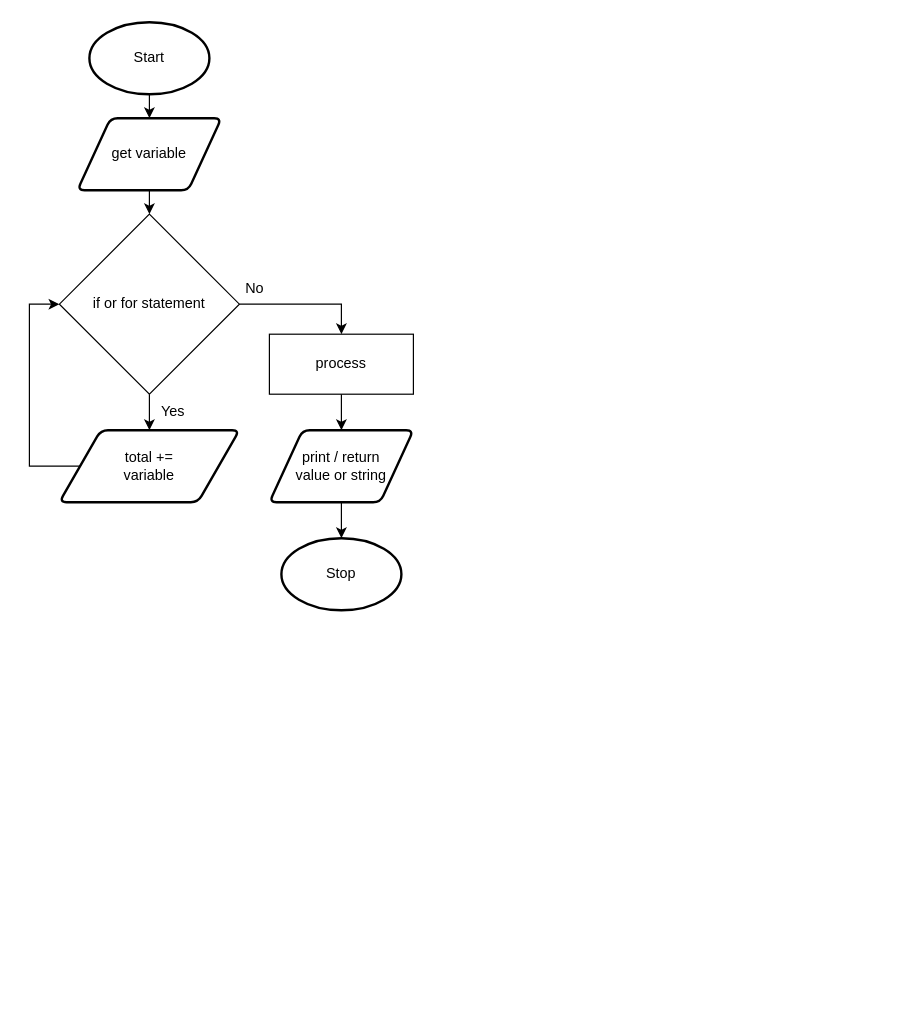
Above: drawio/flowchart.drawio in Aidan-Lalonde-Novales/ics4u-assignment-1-typescript (draw.io), before the change. Source tidied: cells renumbered, new cells numbered last; positions are measured from the earlier drawing's top-left corner, leaving out a move shared by most shapes. Both pictures are drawn from the tidied source at 120%, with x=0, y=0 at pixel (29, 22).
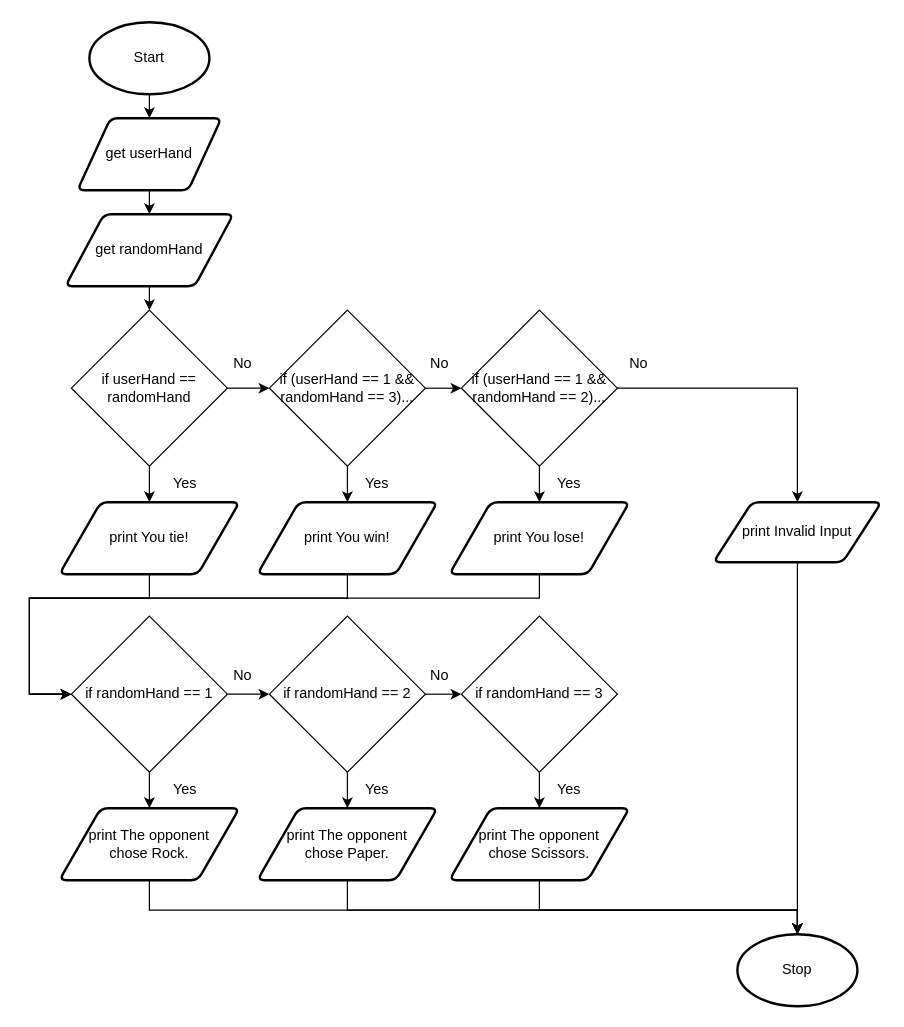
The same diagram, later.

What changed in the source:
```diff
@@
-    <mxCell id="4" style="edgeStyle=none;html=1;exitX=0.5;exitY=1;exitDx=0;exitDy=0;entryX=0.5;entryY=0;entryDx=0;entryDy=0;" parent="1" edge="1" source="5" target="9">
-      <mxGeometry relative="1" as="geometry" />
-    </mxCell>
+    <mxCell id="18" style="edgeStyle=none;html=1;exitX=0.5;exitY=1;exitDx=0;exitDy=0;entryX=0.5;entryY=0;entryDx=0;entryDy=0;" parent="1" edge="1" source="5" target="20">
+      <mxGeometry relative="1" as="geometry" />
+    </mxCell>
-    <mxCell id="5" value="get variable" style="shape=parallelogram;html=1;strokeWidth=2;perimeter=parallelogramPerimeter;whiteSpace=wrap;rounded=1;arcSize=12;size=0.23;" parent="1" vertex="1">
+    <mxCell id="5" value="get userHand" style="shape=parallelogram;html=1;strokeWidth=2;perimeter=parallelogramPerimeter;whiteSpace=wrap;rounded=1;arcSize=12;size=0.23;" parent="1" vertex="1">
       <mxGeometry x="40" y="80" width="120" height="60" as="geometry" />
     </mxCell>
     <mxCell id="6" value="Stop" style="strokeWidth=2;html=1;shape=mxgraph.flowchart.start_1;whiteSpace=wrap;" parent="1" vertex="1">
-      <mxGeometry x="210" y="430" width="100" height="60" as="geometry" />
+      <mxGeometry x="590" y="760" width="100" height="60" as="geometry" />
     </mxCell>
-    <mxCell id="7" style="edgeStyle=none;html=1;exitX=1;exitY=0.5;exitDx=0;exitDy=0;entryX=0.5;entryY=0;entryDx=0;entryDy=0;rounded=0;" parent="1" edge="1" source="9" target="13">
-      <mxGeometry relative="1" as="geometry">
-        <Array as="points">
-          <mxPoint x="260" y="235" />
-        </Array>
-      </mxGeometry>
-    </mxCell>
-    <mxCell id="8" style="edgeStyle=none;html=1;exitX=0.5;exitY=1;exitDx=0;exitDy=0;entryX=0.5;entryY=0;entryDx=0;entryDy=0;" parent="1" edge="1" source="9" target="17">
-      <mxGeometry relative="1" as="geometry" />
-    </mxCell>
-    <mxCell id="9" value="if or for statement" style="rhombus;whiteSpace=wrap;html=1;" parent="1" vertex="1">
-      <mxGeometry x="25" y="160" width="150" height="150" as="geometry" />
-    </mxCell>
-    <mxCell id="10" value="Yes" style="text;html=1;strokeColor=none;fillColor=none;align=center;verticalAlign=middle;whiteSpace=wrap;rounded=0;" parent="1" vertex="1">
-      <mxGeometry x="100" y="310" width="40" height="30" as="geometry" />
-    </mxCell>
     <mxCell id="11" value="No" style="text;html=1;strokeColor=none;fillColor=none;align=center;verticalAlign=middle;whiteSpace=wrap;rounded=0;" parent="1" vertex="1">
-      <mxGeometry x="170" y="207" width="36" height="30" as="geometry" />
+      <mxGeometry x="160" y="270" width="36" height="30" as="geometry" />
     </mxCell>
-    <mxCell id="12" style="edgeStyle=none;html=1;exitX=0.5;exitY=1;exitDx=0;exitDy=0;entryX=0.5;entryY=0;entryDx=0;entryDy=0;" parent="1" edge="1" source="13" target="15">
-      <mxGeometry relative="1" as="geometry" />
-    </mxCell>
-    <mxCell id="13" value="process" style="rounded=0;whiteSpace=wrap;html=1;" parent="1" vertex="1">
-      <mxGeometry x="200" y="260" width="120" height="50" as="geometry" />
-    </mxCell>
-    <mxCell id="14" style="edgeStyle=none;html=1;exitX=0.5;exitY=1;exitDx=0;exitDy=0;entryX=0.5;entryY=0;entryDx=0;entryDy=0;entryPerimeter=0;" parent="1" edge="1" source="15" target="6">
-      <mxGeometry relative="1" as="geometry" />
-    </mxCell>
-    <mxCell id="15" value="print / return &lt;br&gt;value or string" style="shape=parallelogram;html=1;strokeWidth=2;perimeter=parallelogramPerimeter;whiteSpace=wrap;rounded=1;arcSize=12;size=0.23;" parent="1" vertex="1">
-      <mxGeometry x="200" y="340" width="120" height="60" as="geometry" />
-    </mxCell>
-    <mxCell id="16" style="edgeStyle=none;rounded=0;html=1;exitX=0;exitY=0.5;exitDx=0;exitDy=0;entryX=0;entryY=0.5;entryDx=0;entryDy=0;" parent="1" edge="1" source="17" target="9">
-      <mxGeometry relative="1" as="geometry">
-        <Array as="points">
-          <mxPoint y="370" />
-          <mxPoint y="235" />
-        </Array>
-      </mxGeometry>
-    </mxCell>
-    <mxCell id="17" value="total += &lt;br&gt;variable" style="shape=parallelogram;html=1;strokeWidth=2;perimeter=parallelogramPerimeter;whiteSpace=wrap;rounded=1;arcSize=12;size=0.23;" parent="1" vertex="1">
-      <mxGeometry x="25" y="340" width="150" height="60" as="geometry" />
-    </mxCell>
+    <mxCell id="19" style="edgeStyle=none;html=1;exitX=0.5;exitY=1;exitDx=0;exitDy=0;entryX=0.5;entryY=0;entryDx=0;entryDy=0;" parent="1" edge="1" source="20" target="23">
+      <mxGeometry relative="1" as="geometry" />
+    </mxCell>
+    <mxCell id="20" value="get randomHand" style="shape=parallelogram;html=1;strokeWidth=2;perimeter=parallelogramPerimeter;whiteSpace=wrap;rounded=1;arcSize=12;size=0.23;" parent="1" vertex="1">
+      <mxGeometry x="30" y="160" width="140" height="60" as="geometry" />
+    </mxCell>
+    <mxCell id="21" style="edgeStyle=none;html=1;exitX=1;exitY=0.5;exitDx=0;exitDy=0;entryX=0;entryY=0.5;entryDx=0;entryDy=0;" parent="1" edge="1" source="23" target="26">
+      <mxGeometry relative="1" as="geometry" />
+    </mxCell>
+    <mxCell id="22" style="edgeStyle=none;html=1;exitX=0.5;exitY=1;exitDx=0;exitDy=0;entryX=0.5;entryY=0;entryDx=0;entryDy=0;" parent="1" edge="1" source="23" target="28">
+      <mxGeometry relative="1" as="geometry" />
+    </mxCell>
+    <mxCell id="23" value="if userHand == randomHand" style="rhombus;whiteSpace=wrap;html=1;" parent="1" vertex="1">
+      <mxGeometry x="35" y="240" width="130" height="130" as="geometry" />
+    </mxCell>
+    <mxCell id="24" style="edgeStyle=none;html=1;exitX=1;exitY=0.5;exitDx=0;exitDy=0;entryX=0;entryY=0.5;entryDx=0;entryDy=0;" parent="1" edge="1" source="26" target="36">
+      <mxGeometry relative="1" as="geometry" />
+    </mxCell>
+    <mxCell id="25" style="edgeStyle=none;html=1;exitX=0.5;exitY=1;exitDx=0;exitDy=0;entryX=0.5;entryY=0;entryDx=0;entryDy=0;" parent="1" edge="1" source="26" target="40">
+      <mxGeometry relative="1" as="geometry" />
+    </mxCell>
+    <mxCell id="26" value="if (userHand == 1 &amp;amp;&amp;amp; randomHand == 3)..." style="rhombus;whiteSpace=wrap;html=1;" parent="1" vertex="1">
+      <mxGeometry x="200" y="240" width="130" height="130" as="geometry" />
+    </mxCell>
+    <mxCell id="27" style="edgeStyle=none;rounded=0;html=1;exitX=0.5;exitY=1;exitDx=0;exitDy=0;entryX=0;entryY=0.5;entryDx=0;entryDy=0;" parent="1" edge="1" source="28" target="33">
+      <mxGeometry relative="1" as="geometry">
+        <Array as="points">
+          <mxPoint x="100" y="480" />
+          <mxPoint y="480" />
+          <mxPoint y="560" />
+        </Array>
+      </mxGeometry>
+    </mxCell>
+    <mxCell id="28" value="print You tie!" style="shape=parallelogram;html=1;strokeWidth=2;perimeter=parallelogramPerimeter;whiteSpace=wrap;rounded=1;arcSize=12;size=0.23;" parent="1" vertex="1">
+      <mxGeometry x="25" y="400" width="150" height="60" as="geometry" />
+    </mxCell>
+    <mxCell id="29" value="Yes" style="text;html=1;strokeColor=none;fillColor=none;align=center;verticalAlign=middle;whiteSpace=wrap;rounded=0;" parent="1" vertex="1">
+      <mxGeometry x="110" y="370" width="40" height="30" as="geometry" />
+    </mxCell>
+    <mxCell id="30" style="edgeStyle=none;html=1;exitX=0.5;exitY=1;exitDx=0;exitDy=0;entryX=0.5;entryY=0;entryDx=0;entryDy=0;entryPerimeter=0;" parent="1" edge="1" source="31" target="6">
+      <mxGeometry relative="1" as="geometry" />
+    </mxCell>
+    <mxCell id="31" value="print Invalid Input" style="shape=parallelogram;html=1;strokeWidth=2;perimeter=parallelogramPerimeter;whiteSpace=wrap;rounded=1;arcSize=12;size=0.23;" parent="1" vertex="1">
+      <mxGeometry x="570" y="400" width="140" height="50" as="geometry" />
+    </mxCell>
+    <mxCell id="32" style="edgeStyle=none;rounded=0;html=1;exitX=1;exitY=0.5;exitDx=0;exitDy=0;entryX=0;entryY=0.5;entryDx=0;entryDy=0;" parent="1" edge="1" source="33" target="46">
+      <mxGeometry relative="1" as="geometry" />
+    </mxCell>
+    <mxCell id="33" value="if randomHand == 1" style="rhombus;whiteSpace=wrap;html=1;" parent="1" vertex="1">
+      <mxGeometry x="35" y="495" width="130" height="130" as="geometry" />
+    </mxCell>
+    <mxCell id="34" style="edgeStyle=none;html=1;exitX=0.5;exitY=1;exitDx=0;exitDy=0;entryX=0.5;entryY=0;entryDx=0;entryDy=0;" parent="1" edge="1" source="36" target="42">
+      <mxGeometry relative="1" as="geometry" />
+    </mxCell>
+    <mxCell id="35" style="edgeStyle=none;html=1;exitX=1;exitY=0.5;exitDx=0;exitDy=0;entryX=0.5;entryY=0;entryDx=0;entryDy=0;rounded=0;" parent="1" edge="1" source="36" target="31">
+      <mxGeometry relative="1" as="geometry">
+        <Array as="points">
+          <mxPoint x="640" y="305" />
+        </Array>
+      </mxGeometry>
+    </mxCell>
+    <mxCell id="36" value="if (userHand == 1 &amp;amp;&amp;amp; randomHand == 2)..." style="rhombus;whiteSpace=wrap;html=1;" parent="1" vertex="1">
+      <mxGeometry x="360" y="240" width="130" height="130" as="geometry" />
+    </mxCell>
+    <mxCell id="37" value="No" style="text;html=1;strokeColor=none;fillColor=none;align=center;verticalAlign=middle;whiteSpace=wrap;rounded=0;" parent="1" vertex="1">
+      <mxGeometry x="324" y="270" width="36" height="30" as="geometry" />
+    </mxCell>
+    <mxCell id="38" value="Yes" style="text;html=1;strokeColor=none;fillColor=none;align=center;verticalAlign=middle;whiteSpace=wrap;rounded=0;" parent="1" vertex="1">
+      <mxGeometry x="270" y="370" width="40" height="30" as="geometry" />
+    </mxCell>
+    <mxCell id="39" style="edgeStyle=none;rounded=0;html=1;exitX=0.5;exitY=1;exitDx=0;exitDy=0;entryX=0;entryY=0.5;entryDx=0;entryDy=0;" parent="1" edge="1" source="40" target="33">
+      <mxGeometry relative="1" as="geometry">
+        <Array as="points">
+          <mxPoint x="265" y="480" />
+          <mxPoint y="480" />
+          <mxPoint y="560" />
+        </Array>
+      </mxGeometry>
+    </mxCell>
+    <mxCell id="40" value="print You win!" style="shape=parallelogram;html=1;strokeWidth=2;perimeter=parallelogramPerimeter;whiteSpace=wrap;rounded=1;arcSize=12;size=0.23;" parent="1" vertex="1">
+      <mxGeometry x="190" y="400" width="150" height="60" as="geometry" />
+    </mxCell>
+    <mxCell id="41" style="edgeStyle=none;rounded=0;html=1;exitX=0.5;exitY=1;exitDx=0;exitDy=0;entryX=0;entryY=0.5;entryDx=0;entryDy=0;" parent="1" edge="1" source="42" target="33">
+      <mxGeometry relative="1" as="geometry">
+        <Array as="points">
+          <mxPoint x="425" y="480" />
+          <mxPoint y="480" />
+          <mxPoint y="560" />
+        </Array>
+      </mxGeometry>
+    </mxCell>
+    <mxCell id="42" value="print You lose!" style="shape=parallelogram;html=1;strokeWidth=2;perimeter=parallelogramPerimeter;whiteSpace=wrap;rounded=1;arcSize=12;size=0.23;" parent="1" vertex="1">
+      <mxGeometry x="350" y="400" width="150" height="60" as="geometry" />
+    </mxCell>
+    <mxCell id="43" value="Yes" style="text;html=1;strokeColor=none;fillColor=none;align=center;verticalAlign=middle;whiteSpace=wrap;rounded=0;" parent="1" vertex="1">
+      <mxGeometry x="430" y="370" width="40" height="30" as="geometry" />
+    </mxCell>
+    <mxCell id="44" value="No" style="text;html=1;strokeColor=none;fillColor=none;align=center;verticalAlign=middle;whiteSpace=wrap;rounded=0;" parent="1" vertex="1">
+      <mxGeometry x="490" y="270" width="36" height="30" as="geometry" />
+    </mxCell>
+    <mxCell id="45" style="edgeStyle=none;rounded=0;html=1;exitX=1;exitY=0.5;exitDx=0;exitDy=0;entryX=0;entryY=0.5;entryDx=0;entryDy=0;" parent="1" edge="1" source="46" target="48">
+      <mxGeometry relative="1" as="geometry" />
+    </mxCell>
+    <mxCell id="46" value="if randomHand == 2" style="rhombus;whiteSpace=wrap;html=1;" parent="1" vertex="1">
+      <mxGeometry x="200" y="495" width="130" height="130" as="geometry" />
+    </mxCell>
+    <mxCell id="47" value="No" style="text;html=1;strokeColor=none;fillColor=none;align=center;verticalAlign=middle;whiteSpace=wrap;rounded=0;" parent="1" vertex="1">
+      <mxGeometry x="160" y="530" width="36" height="30" as="geometry" />
+    </mxCell>
+    <mxCell id="48" value="if randomHand == 3" style="rhombus;whiteSpace=wrap;html=1;" parent="1" vertex="1">
+      <mxGeometry x="360" y="495" width="130" height="130" as="geometry" />
+    </mxCell>
+    <mxCell id="49" value="No" style="text;html=1;strokeColor=none;fillColor=none;align=center;verticalAlign=middle;whiteSpace=wrap;rounded=0;" parent="1" vertex="1">
+      <mxGeometry x="324" y="530" width="36" height="30" as="geometry" />
+    </mxCell>
+    <mxCell id="50" style="edgeStyle=none;html=1;exitX=0.5;exitY=1;exitDx=0;exitDy=0;entryX=0.5;entryY=0;entryDx=0;entryDy=0;" parent="1" edge="1" target="53">
+      <mxGeometry relative="1" as="geometry">
+        <mxPoint x="100" y="625" as="sourcePoint" />
+      </mxGeometry>
+    </mxCell>
+    <mxCell id="51" style="edgeStyle=none;html=1;exitX=0.5;exitY=1;exitDx=0;exitDy=0;entryX=0.5;entryY=0;entryDx=0;entryDy=0;" parent="1" edge="1" target="58">
+      <mxGeometry relative="1" as="geometry">
+        <mxPoint x="265" y="625" as="sourcePoint" />
+      </mxGeometry>
+    </mxCell>
+    <mxCell id="52" style="edgeStyle=none;rounded=0;html=1;exitX=0.5;exitY=1;exitDx=0;exitDy=0;entryX=0.5;entryY=0;entryDx=0;entryDy=0;entryPerimeter=0;" parent="1" edge="1" source="53" target="6">
+      <mxGeometry relative="1" as="geometry">
+        <Array as="points">
+          <mxPoint x="100" y="740" />
+          <mxPoint x="640" y="740" />
+        </Array>
+      </mxGeometry>
+    </mxCell>
+    <mxCell id="53" value="print The opponent &lt;br&gt;chose Rock." style="shape=parallelogram;html=1;strokeWidth=2;perimeter=parallelogramPerimeter;whiteSpace=wrap;rounded=1;arcSize=12;size=0.23;" parent="1" vertex="1">
+      <mxGeometry x="25" y="655" width="150" height="60" as="geometry" />
+    </mxCell>
+    <mxCell id="54" value="Yes" style="text;html=1;strokeColor=none;fillColor=none;align=center;verticalAlign=middle;whiteSpace=wrap;rounded=0;" parent="1" vertex="1">
+      <mxGeometry x="110" y="625" width="40" height="30" as="geometry" />
+    </mxCell>
+    <mxCell id="55" style="edgeStyle=none;html=1;exitX=0.5;exitY=1;exitDx=0;exitDy=0;entryX=0.5;entryY=0;entryDx=0;entryDy=0;" parent="1" edge="1" target="60">
+      <mxGeometry relative="1" as="geometry">
+        <mxPoint x="425" y="625" as="sourcePoint" />
+      </mxGeometry>
+    </mxCell>
+    <mxCell id="56" value="Yes" style="text;html=1;strokeColor=none;fillColor=none;align=center;verticalAlign=middle;whiteSpace=wrap;rounded=0;" parent="1" vertex="1">
+      <mxGeometry x="270" y="625" width="40" height="30" as="geometry" />
+    </mxCell>
+    <mxCell id="57" style="edgeStyle=none;rounded=0;html=1;exitX=0.5;exitY=1;exitDx=0;exitDy=0;" parent="1" edge="1" source="58">
+      <mxGeometry relative="1" as="geometry">
+        <mxPoint x="640" y="760" as="targetPoint" />
+        <Array as="points">
+          <mxPoint x="265" y="740" />
+          <mxPoint x="640" y="740" />
+        </Array>
+      </mxGeometry>
+    </mxCell>
+    <mxCell id="58" value="print The opponent &lt;br&gt;chose Paper." style="shape=parallelogram;html=1;strokeWidth=2;perimeter=parallelogramPerimeter;whiteSpace=wrap;rounded=1;arcSize=12;size=0.23;" parent="1" vertex="1">
+      <mxGeometry x="190" y="655" width="150" height="60" as="geometry" />
+    </mxCell>
+    <mxCell id="59" style="edgeStyle=none;rounded=0;html=1;exitX=0.5;exitY=1;exitDx=0;exitDy=0;entryX=0.5;entryY=0;entryDx=0;entryDy=0;entryPerimeter=0;" parent="1" edge="1" source="60" target="6">
+      <mxGeometry relative="1" as="geometry">
+        <Array as="points">
+          <mxPoint x="425" y="740" />
+          <mxPoint x="640" y="740" />
+        </Array>
+      </mxGeometry>
+    </mxCell>
+    <mxCell id="60" value="print The opponent &lt;br&gt;chose Scissors." style="shape=parallelogram;html=1;strokeWidth=2;perimeter=parallelogramPerimeter;whiteSpace=wrap;rounded=1;arcSize=12;size=0.23;" parent="1" vertex="1">
+      <mxGeometry x="350" y="655" width="150" height="60" as="geometry" />
+    </mxCell>
+    <mxCell id="61" value="Yes" style="text;html=1;strokeColor=none;fillColor=none;align=center;verticalAlign=middle;whiteSpace=wrap;rounded=0;" parent="1" vertex="1">
+      <mxGeometry x="430" y="625" width="40" height="30" as="geometry" />
+    </mxCell>
```
